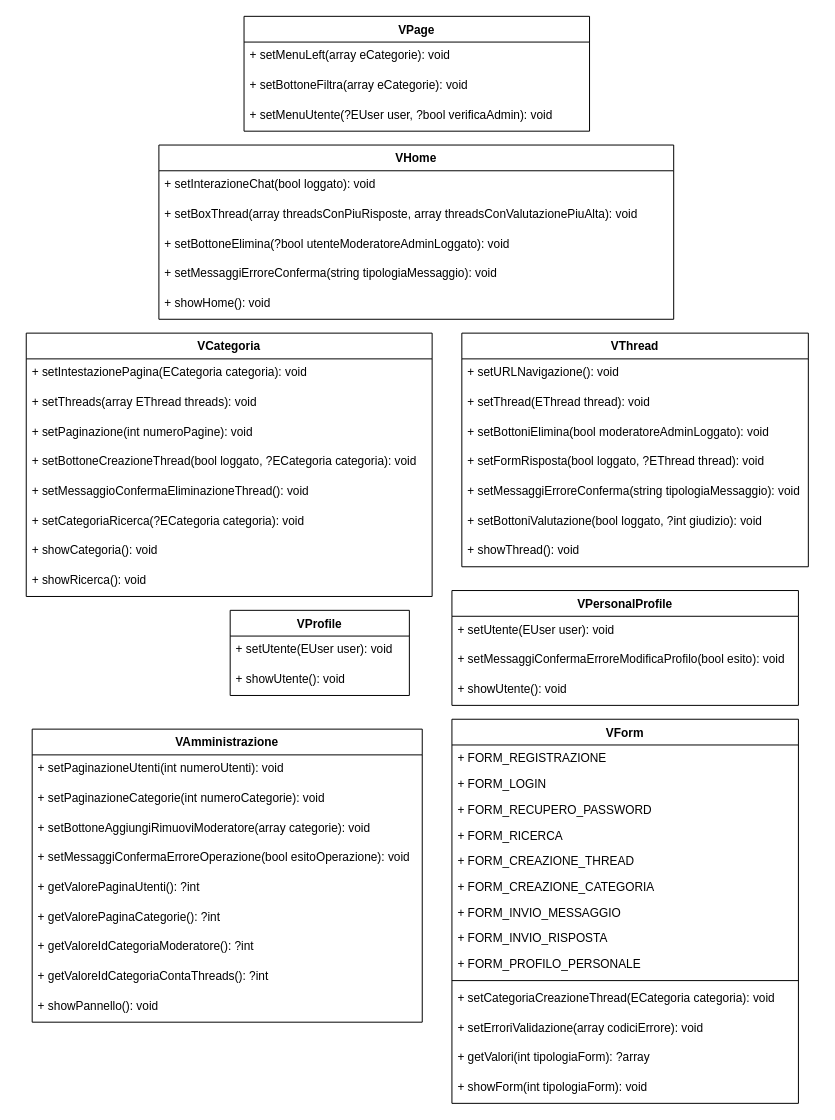
Earlier version of the draw.io diagram Diagrammi/UMLView.drawio (EdoPan/UniChat). Source tidied: cells renumbered, new cells numbered last; positions are measured from the earlier drawing's top-left corner, leaving out a move shared by most shapes. Both pictures are drawn from the tidied source at 99%, with x=0, y=0 at pixel (26, 16).
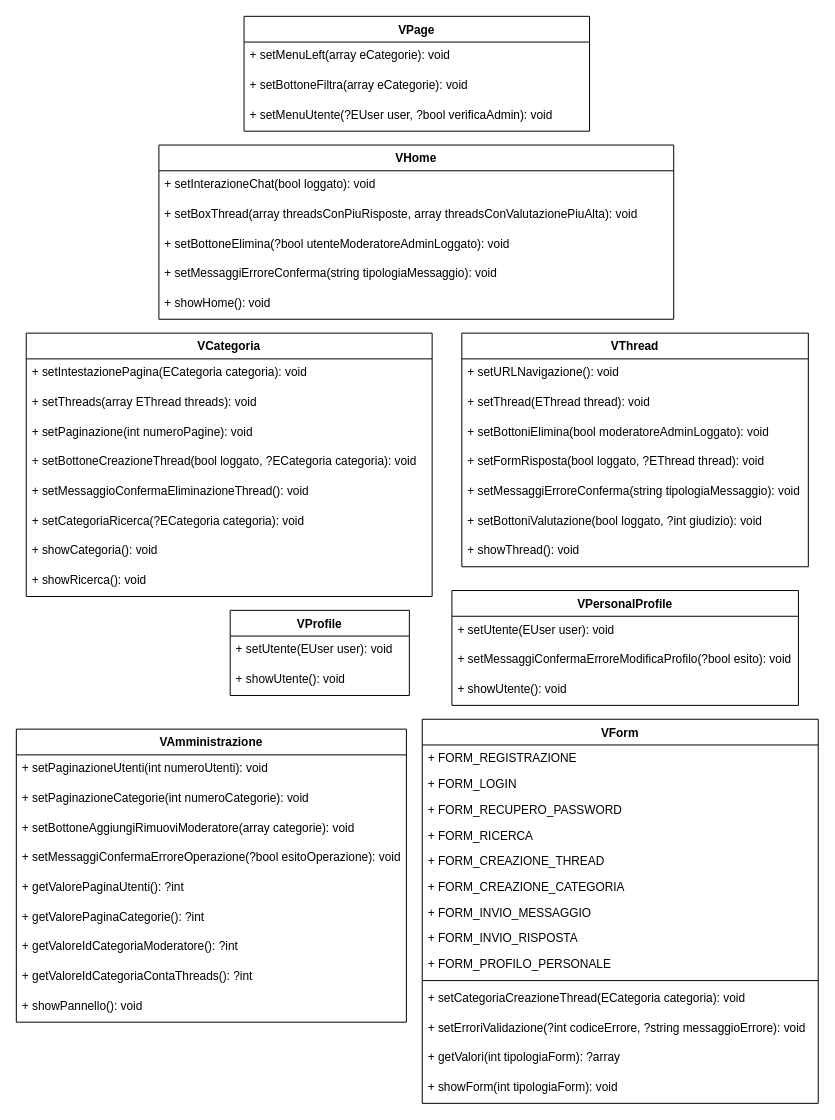
The same diagram, later.

Commit message:
Modifica metodi.

Unchanged cells that the change refers to:
```xml
<mxCell id="39" value="VPersonalProfile" style="swimlane;fontStyle=1;align=center;verticalAlign=top;horizontal=1;startSize=26;" parent="1" vertex="1">
  <mxGeometry x="430" y="580" width="350" height="116" as="geometry" />
</mxCell>
```

What changed in the source:
```diff
@@
     <mxCell id="29" value="VAmministrazione" style="swimlane;fontStyle=1;align=center;verticalAlign=top;horizontal=1;startSize=26;" parent="1" vertex="1">
-      <mxGeometry x="6" y="720" width="394" height="296" as="geometry" />
+      <mxGeometry x="-10" y="720" width="394" height="296" as="geometry" />
     </mxCell>
@@
-    <mxCell id="33" value="+ setMessaggiConfermaErroreOperazione(bool esitoOperazione): void" style="text;strokeColor=none;fillColor=none;align=left;verticalAlign=top;spacingLeft=4;spacingRight=4;overflow=hidden;" parent="29" vertex="1">
+    <mxCell id="33" value="+ setMessaggiConfermaErroreOperazione(?bool esitoOperazione): void" style="text;strokeColor=none;fillColor=none;align=left;verticalAlign=top;spacingLeft=4;spacingRight=4;overflow=hidden;" parent="29" vertex="1">
       <mxGeometry y="116" width="394" height="30" as="geometry" />
     </mxCell>
@@
-    <mxCell id="41" value="+ setMessaggiConfermaErroreModificaProfilo(bool esito): void" style="text;strokeColor=none;fillColor=none;align=left;verticalAlign=top;spacingLeft=4;spacingRight=4;overflow=hidden;" parent="39" vertex="1">
+    <mxCell id="41" value="+ setMessaggiConfermaErroreModificaProfilo(?bool esito): void" style="text;strokeColor=none;fillColor=none;align=left;verticalAlign=top;spacingLeft=4;spacingRight=4;overflow=hidden;" parent="39" vertex="1">
       <mxGeometry y="56" width="350" height="30" as="geometry" />
     </mxCell>
@@
     <mxCell id="46" value="VForm" style="swimlane;fontStyle=1;align=center;verticalAlign=top;horizontal=1;startSize=26;" parent="1" vertex="1">
-      <mxGeometry x="430" y="710" width="350" height="388" as="geometry" />
+      <mxGeometry x="400" y="710" width="400" height="388" as="geometry" />
     </mxCell>
     <mxCell id="47" value="+ FORM_REGISTRAZIONE" style="text;strokeColor=none;fillColor=none;align=left;verticalAlign=top;spacingLeft=4;spacingRight=4;overflow=hidden;" parent="46" vertex="1">
-      <mxGeometry y="26" width="350" height="26" as="geometry" />
+      <mxGeometry y="26" width="400" height="26" as="geometry" />
     </mxCell>
     <mxCell id="48" value="+ FORM_LOGIN" style="text;strokeColor=none;fillColor=none;align=left;verticalAlign=top;spacingLeft=4;spacingRight=4;overflow=hidden;" parent="46" vertex="1">
-      <mxGeometry y="52" width="350" height="26" as="geometry" />
+      <mxGeometry y="52" width="400" height="26" as="geometry" />
     </mxCell>
     <mxCell id="49" value="+ FORM_RECUPERO_PASSWORD" style="text;strokeColor=none;fillColor=none;align=left;verticalAlign=top;spacingLeft=4;spacingRight=4;overflow=hidden;" parent="46" vertex="1">
-      <mxGeometry y="78" width="350" height="26" as="geometry" />
+      <mxGeometry y="78" width="400" height="26" as="geometry" />
     </mxCell>
     <mxCell id="50" value="+ FORM_RICERCA" style="text;strokeColor=none;fillColor=none;align=left;verticalAlign=top;spacingLeft=4;spacingRight=4;overflow=hidden;" parent="46" vertex="1">
-      <mxGeometry y="104" width="350" height="26" as="geometry" />
+      <mxGeometry y="104" width="400" height="26" as="geometry" />
     </mxCell>
     <mxCell id="51" value="+ FORM_CREAZIONE_THREAD" style="text;strokeColor=none;fillColor=none;align=left;verticalAlign=top;spacingLeft=4;spacingRight=4;overflow=hidden;" parent="46" vertex="1">
-      <mxGeometry y="130" width="350" height="26" as="geometry" />
+      <mxGeometry y="130" width="400" height="26" as="geometry" />
     </mxCell>
     <mxCell id="52" value="+ FORM_CREAZIONE_CATEGORIA" style="text;strokeColor=none;fillColor=none;align=left;verticalAlign=top;spacingLeft=4;spacingRight=4;overflow=hidden;" parent="46" vertex="1">
-      <mxGeometry y="156" width="350" height="26" as="geometry" />
+      <mxGeometry y="156" width="400" height="26" as="geometry" />
     </mxCell>
     <mxCell id="53" value="+ FORM_INVIO_MESSAGGIO" style="text;strokeColor=none;fillColor=none;align=left;verticalAlign=top;spacingLeft=4;spacingRight=4;overflow=hidden;" parent="46" vertex="1">
-      <mxGeometry y="182" width="350" height="26" as="geometry" />
+      <mxGeometry y="182" width="400" height="26" as="geometry" />
     </mxCell>
     <mxCell id="54" value="+ FORM_INVIO_RISPOSTA" style="text;strokeColor=none;fillColor=none;align=left;verticalAlign=top;spacingLeft=4;spacingRight=4;overflow=hidden;" parent="46" vertex="1">
-      <mxGeometry y="208" width="350" height="26" as="geometry" />
+      <mxGeometry y="208" width="400" height="26" as="geometry" />
     </mxCell>
     <mxCell id="55" value="+ FORM_PROFILO_PERSONALE" style="text;strokeColor=none;fillColor=none;align=left;verticalAlign=top;spacingLeft=4;spacingRight=4;overflow=hidden;" parent="46" vertex="1">
-      <mxGeometry y="234" width="350" height="26" as="geometry" />
+      <mxGeometry y="234" width="400" height="26" as="geometry" />
     </mxCell>
     <mxCell id="56" style="line;strokeWidth=1;fillColor=none;align=left;verticalAlign=middle;spacingTop=-1;spacingLeft=3;spacingRight=3;labelPosition=right;" parent="46" vertex="1">
-      <mxGeometry y="260" width="350" height="8" as="geometry" />
+      <mxGeometry y="260" width="400" height="8" as="geometry" />
     </mxCell>
     <mxCell id="57" value="+ setCategoriaCreazioneThread(ECategoria categoria): void" style="text;strokeColor=none;fillColor=none;align=left;verticalAlign=top;spacingLeft=4;spacingRight=4;overflow=hidden;" parent="46" vertex="1">
-      <mxGeometry y="268" width="350" height="30" as="geometry" />
+      <mxGeometry y="268" width="400" height="30" as="geometry" />
     </mxCell>
-    <mxCell id="58" value="+ setErroriValidazione(array codiciErrore): void" style="text;strokeColor=none;fillColor=none;align=left;verticalAlign=top;spacingLeft=4;spacingRight=4;overflow=hidden;" parent="46" vertex="1">
-      <mxGeometry y="298" width="350" height="30" as="geometry" />
+    <mxCell id="58" value="+ setErroriValidazione(?int codiceErrore, ?string messaggioErrore): void" style="text;strokeColor=none;fillColor=none;align=left;verticalAlign=top;spacingLeft=4;spacingRight=4;overflow=hidden;" parent="46" vertex="1">
+      <mxGeometry y="298" width="400" height="30" as="geometry" />
     </mxCell>
     <mxCell id="59" value="+ getValori(int tipologiaForm): ?array" style="text;strokeColor=none;fillColor=none;align=left;verticalAlign=top;spacingLeft=4;spacingRight=4;overflow=hidden;" parent="46" vertex="1">
-      <mxGeometry y="328" width="350" height="30" as="geometry" />
+      <mxGeometry y="328" width="400" height="30" as="geometry" />
     </mxCell>
     <mxCell id="60" value="+ showForm(int tipologiaForm): void" style="text;strokeColor=none;fillColor=none;align=left;verticalAlign=top;spacingLeft=4;spacingRight=4;overflow=hidden;" parent="46" vertex="1">
-      <mxGeometry y="358" width="350" height="30" as="geometry" />
+      <mxGeometry y="358" width="400" height="30" as="geometry" />
     </mxCell>
```
